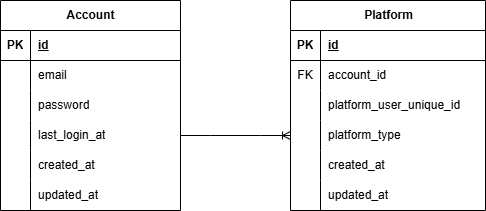
Above: finple.drawio.png in mkms1104/mkms1104 (draw.io), before the change. Source tidied: cells renumbered, new cells last; positions are measured from the earlier drawing's top-left corner, leaving out a move shared by most shapes.
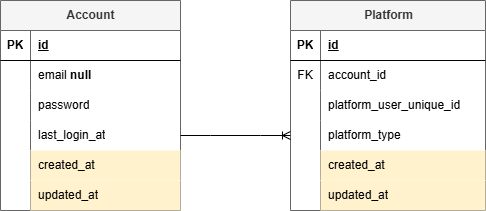
Later version of the same file.

Diff of the diagram source:
```diff
@@ -2,7 +2,7 @@
   <root>
     <mxCell id="0" />
     <mxCell id="1" parent="0" />
-    <mxCell id="2" value="Account" style="shape=table;startSize=30;rowLines=0;fontStyle=1;align=center;html=1;" parent="1" vertex="1">
+    <mxCell id="2" value="Account" style="shape=table;startSize=30;rowLines=0;fontStyle=1;align=center;html=1;fillColor=#f5f5f5;fontColor=#333333;strokeColor=#666666;" parent="1" vertex="1">
       <mxGeometry width="180" height="210" as="geometry" />
     </mxCell>
     <mxCell id="3" style="shape=tableRow;horizontal=0;startSize=0;swimlaneHead=0;swimlaneBody=0;fillColor=none;top=0;left=0;right=0;bottom=1;" parent="2" vertex="1">
@@ -20,7 +20,7 @@
     <mxCell id="7" style="shape=partialRectangle;fillColor=none;top=0;left=0;bottom=0;right=0;overflow=hidden;whiteSpace=wrap;html=1;" parent="6" vertex="1">
       <mxGeometry width="30" height="30" as="geometry" />
     </mxCell>
-    <mxCell id="8" value="email" style="shape=partialRectangle;fillColor=none;top=0;left=0;bottom=0;right=0;align=left;spacingLeft=6;overflow=hidden;whiteSpace=wrap;html=1;" parent="6" vertex="1">
+    <mxCell id="8" value="email &lt;b&gt;null&lt;/b&gt;" style="shape=partialRectangle;fillColor=none;top=0;left=0;bottom=0;right=0;align=left;spacingLeft=6;overflow=hidden;whiteSpace=wrap;html=1;" parent="6" vertex="1">
       <mxGeometry x="30" width="150" height="30" as="geometry" />
     </mxCell>
     <mxCell id="9" style="shape=tableRow;horizontal=0;startSize=0;swimlaneHead=0;swimlaneBody=0;fillColor=none;top=0;left=0;right=0;bottom=0;" parent="2" vertex="1">
@@ -47,7 +47,7 @@
     <mxCell id="16" style="shape=partialRectangle;fillColor=none;top=0;left=0;bottom=0;right=0;overflow=hidden;whiteSpace=wrap;html=1;" parent="15" vertex="1">
       <mxGeometry width="30" height="30" as="geometry" />
     </mxCell>
-    <mxCell id="17" value="created_at" style="shape=partialRectangle;fillColor=none;top=0;left=0;bottom=0;right=0;align=left;spacingLeft=6;overflow=hidden;whiteSpace=wrap;html=1;" parent="15" vertex="1">
+    <mxCell id="17" value="created_at" style="shape=partialRectangle;fillColor=#fff2cc;top=0;left=0;bottom=0;right=0;align=left;spacingLeft=6;overflow=hidden;whiteSpace=wrap;html=1;strokeColor=#d6b656;" parent="15" vertex="1">
       <mxGeometry x="30" width="150" height="30" as="geometry" />
     </mxCell>
     <mxCell id="18" style="shape=tableRow;horizontal=0;startSize=0;swimlaneHead=0;swimlaneBody=0;fillColor=none;top=0;left=0;right=0;bottom=0;" parent="2" vertex="1">
@@ -56,10 +56,10 @@
     <mxCell id="19" style="shape=partialRectangle;fillColor=none;top=0;left=0;bottom=0;right=0;overflow=hidden;whiteSpace=wrap;html=1;" parent="18" vertex="1">
       <mxGeometry width="30" height="30" as="geometry" />
     </mxCell>
-    <mxCell id="20" value="updated_at" style="shape=partialRectangle;fillColor=none;top=0;left=0;bottom=0;right=0;align=left;spacingLeft=6;overflow=hidden;whiteSpace=wrap;html=1;" parent="18" vertex="1">
+    <mxCell id="20" value="updated_at" style="shape=partialRectangle;fillColor=#fff2cc;top=0;left=0;bottom=0;right=0;align=left;spacingLeft=6;overflow=hidden;whiteSpace=wrap;html=1;strokeColor=#d6b656;" parent="18" vertex="1">
       <mxGeometry x="30" width="150" height="30" as="geometry" />
     </mxCell>
-    <mxCell id="21" value="Platform" style="shape=table;startSize=30;rowLines=0;fontStyle=1;align=center;html=1;" parent="1" vertex="1">
+    <mxCell id="21" value="Platform" style="shape=table;startSize=30;rowLines=0;fontStyle=1;align=center;html=1;fillColor=#f5f5f5;fontColor=#333333;strokeColor=#666666;" parent="1" vertex="1">
       <mxGeometry x="290" width="195" height="210" as="geometry" />
     </mxCell>
     <mxCell id="22" style="shape=tableRow;horizontal=0;startSize=0;swimlaneHead=0;swimlaneBody=0;fillColor=none;top=0;left=0;right=0;bottom=1;" parent="21" vertex="1">
@@ -104,7 +104,7 @@
     <mxCell id="35" style="shape=partialRectangle;fillColor=none;top=0;left=0;bottom=0;right=0;overflow=hidden;whiteSpace=wrap;html=1;" parent="34" vertex="1">
       <mxGeometry width="30" height="30" as="geometry" />
     </mxCell>
-    <mxCell id="36" value="created_at" style="shape=partialRectangle;fillColor=none;top=0;left=0;bottom=0;right=0;align=left;spacingLeft=6;overflow=hidden;whiteSpace=wrap;html=1;" parent="34" vertex="1">
+    <mxCell id="36" value="created_at" style="shape=partialRectangle;fillColor=#fff2cc;top=0;left=0;bottom=0;right=0;align=left;spacingLeft=6;overflow=hidden;whiteSpace=wrap;html=1;strokeColor=#d6b656;" parent="34" vertex="1">
       <mxGeometry x="30" width="165" height="30" as="geometry" />
     </mxCell>
     <mxCell id="37" style="shape=tableRow;horizontal=0;startSize=0;swimlaneHead=0;swimlaneBody=0;fillColor=none;top=0;left=0;right=0;bottom=0;" parent="21" vertex="1">
@@ -113,7 +113,7 @@
     <mxCell id="38" style="shape=partialRectangle;fillColor=none;top=0;left=0;bottom=0;right=0;overflow=hidden;whiteSpace=wrap;html=1;" parent="37" vertex="1">
       <mxGeometry width="30" height="30" as="geometry" />
     </mxCell>
-    <mxCell id="39" value="updated_at" style="shape=partialRectangle;fillColor=none;top=0;left=0;bottom=0;right=0;align=left;spacingLeft=6;overflow=hidden;whiteSpace=wrap;html=1;" parent="37" vertex="1">
+    <mxCell id="39" value="updated_at" style="shape=partialRectangle;fillColor=#fff2cc;top=0;left=0;bottom=0;right=0;align=left;spacingLeft=6;overflow=hidden;whiteSpace=wrap;html=1;strokeColor=#d6b656;" parent="37" vertex="1">
       <mxGeometry x="30" width="165" height="30" as="geometry" />
     </mxCell>
     <mxCell id="40" style="edgeStyle=entityRelationEdgeStyle;fontSize=12;html=1;endArrow=ERoneToMany;rounded=0;exitX=1;exitY=0.5;exitDx=0;exitDy=0;entryX=0;entryY=0.5;entryDx=0;entryDy=0;" parent="1" edge="1" source="12" target="31">
```
